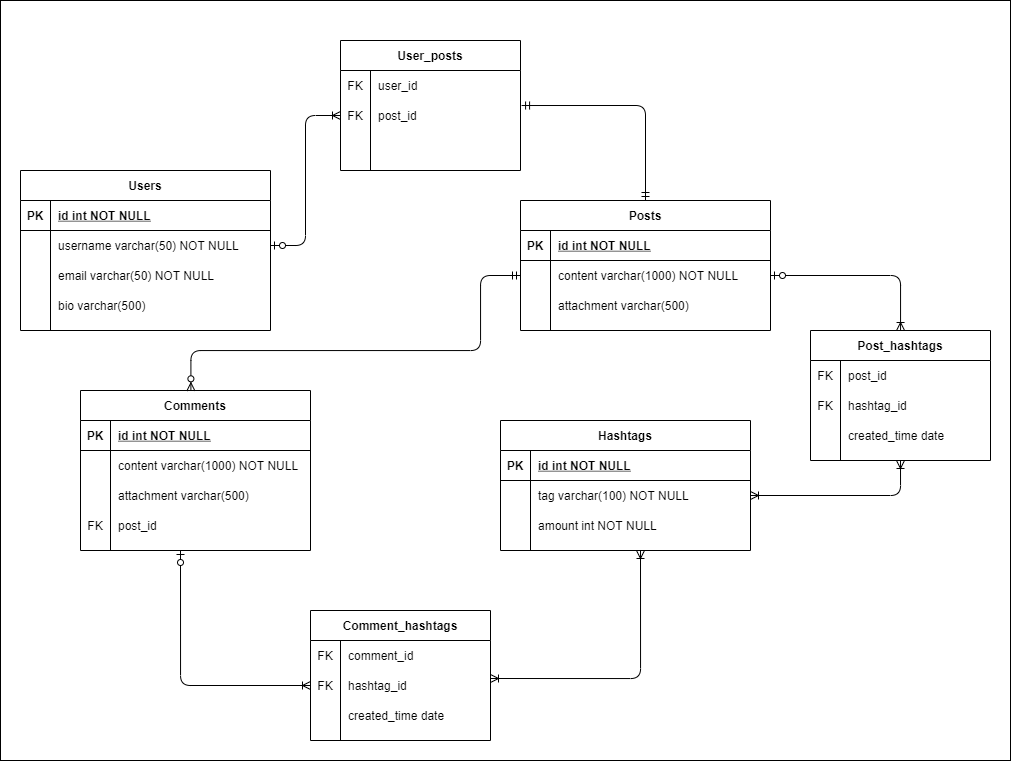
Above: social media.png in nardiyansah/Generasi-GIGIH-Final-Project (draw.io), before the change. Source tidied: cells renumbered, new cells last; positions are measured from the earlier drawing's top-left corner, leaving out a move shared by most shapes.
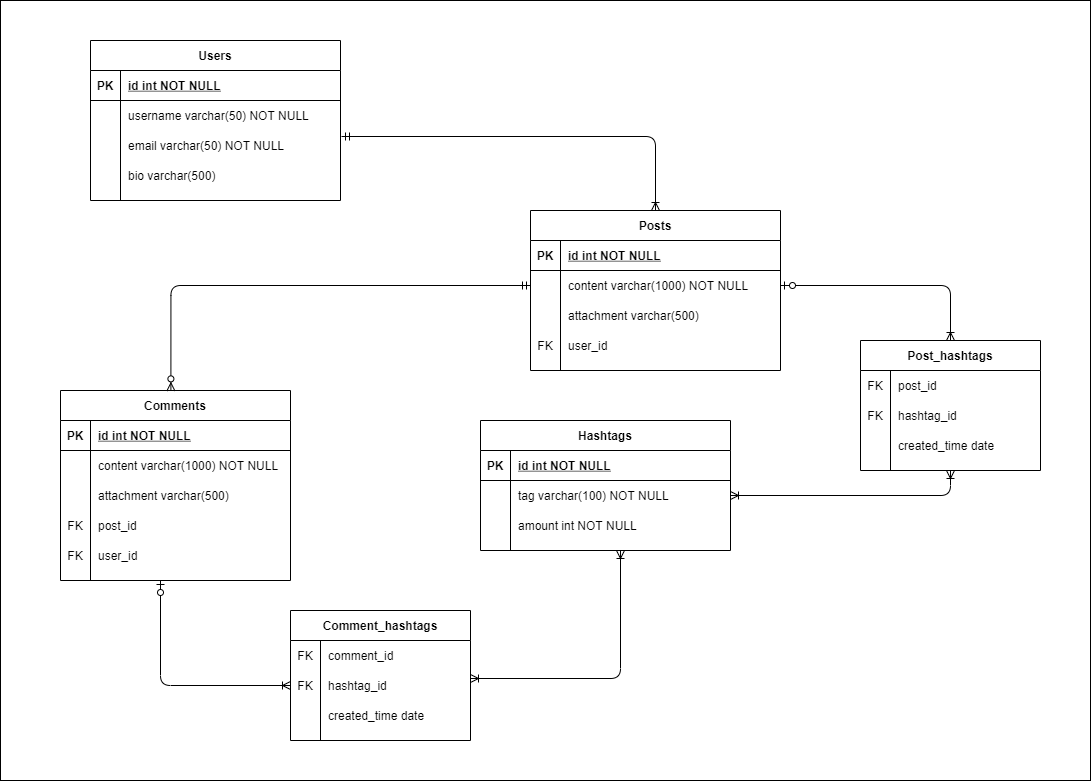
The same file after the commit.

Commit message:
[change] database schema

Diff of the diagram source:
```diff
@@ -2,11 +2,11 @@
   <root>
     <mxCell id="0" />
     <mxCell id="1" parent="0" />
-    <mxCell id="2" style="rounded=0;whiteSpace=wrap;html=1;" parent="1" vertex="1">
-      <mxGeometry width="1010" height="760" as="geometry" />
-    </mxCell>
+    <mxCell id="86" style="rounded=0;whiteSpace=wrap;html=1;" parent="1" vertex="1">
+      <mxGeometry x="20" width="1090" height="780" as="geometry" />
+    </mxCell>
     <mxCell id="3" value="Posts" style="shape=table;startSize=30;rowLines=0;fontStyle=1;align=center;" parent="1" vertex="1">
-      <mxGeometry x="520" y="200" width="250" height="130" as="geometry" />
+      <mxGeometry x="550" y="210" width="250" height="160" as="geometry" />
     </mxCell>
     <mxCell id="4" style="shape=partialRectangle;fillColor=none;top=0;left=0;right=0;bottom=1;" parent="3" vertex="1">
       <mxGeometry y="30" width="250" height="30" as="geometry" />
@@ -35,6 +35,15 @@
     <mxCell id="12" value="attachment varchar(500)" style="shape=partialRectangle;overflow=hidden;fillColor=none;top=0;left=0;bottom=0;right=0;align=left;spacingLeft=6;" parent="10" vertex="1">
       <mxGeometry x="30" width="220" height="30" as="geometry" />
     </mxCell>
+    <mxCell id="87" style="shape=partialRectangle;fillColor=none;top=0;left=0;right=0;bottom=0;" parent="3" vertex="1">
+      <mxGeometry y="120" width="250" height="30" as="geometry" />
+    </mxCell>
+    <mxCell id="88" value="FK" style="shape=partialRectangle;overflow=hidden;fillColor=none;top=0;left=0;bottom=0;right=0;" parent="87" vertex="1">
+      <mxGeometry width="30" height="30" as="geometry" />
+    </mxCell>
+    <mxCell id="89" value="user_id" style="shape=partialRectangle;overflow=hidden;fillColor=none;top=0;left=0;bottom=0;right=0;align=left;spacingLeft=6;" parent="87" vertex="1">
+      <mxGeometry x="30" width="220" height="30" as="geometry" />
+    </mxCell>
     <mxCell id="13" value="Hashtags" style="shape=table;startSize=30;rowLines=0;fontStyle=1;align=center;" parent="1" vertex="1">
       <mxGeometry x="500" y="420" width="250" height="130" as="geometry" />
     </mxCell>
@@ -66,7 +75,7 @@
       <mxGeometry x="30" width="220" height="30" as="geometry" />
     </mxCell>
     <mxCell id="23" value="Users" style="shape=table;startSize=30;rowLines=0;fontStyle=1;align=center;" parent="1" vertex="1">
-      <mxGeometry x="20" y="170" width="250" height="160" as="geometry" />
+      <mxGeometry x="110" y="40" width="250" height="160" as="geometry" />
     </mxCell>
     <mxCell id="24" style="shape=partialRectangle;fillColor=none;top=0;left=0;right=0;bottom=1;" parent="23" vertex="1">
       <mxGeometry y="30" width="250" height="30" as="geometry" />
@@ -104,38 +113,8 @@
     <mxCell id="35" value="bio varchar(500)" style="shape=partialRectangle;overflow=hidden;fillColor=none;top=0;left=0;bottom=0;right=0;align=left;spacingLeft=6;" parent="33" vertex="1">
       <mxGeometry x="30" width="220" height="30" as="geometry" />
     </mxCell>
-    <mxCell id="36" value="User_posts" style="shape=table;startSize=30;rowLines=0;fontStyle=1;align=center;" parent="1" vertex="1">
-      <mxGeometry x="340" y="40" width="180" height="130" as="geometry" />
-    </mxCell>
-    <mxCell id="37" style="shape=partialRectangle;fillColor=none;top=0;left=0;bottom=0;right=0;" parent="36" vertex="1">
-      <mxGeometry y="30" width="180" height="30" as="geometry" />
-    </mxCell>
-    <mxCell id="38" value="FK" style="shape=partialRectangle;fillColor=none;top=0;left=0;bottom=0;right=0;overflow=hidden;" parent="37" vertex="1">
-      <mxGeometry width="30" height="30" as="geometry" />
-    </mxCell>
-    <mxCell id="39" value="user_id" style="shape=partialRectangle;fillColor=none;top=0;left=0;bottom=0;right=0;align=left;spacingLeft=6;overflow=hidden;" parent="37" vertex="1">
-      <mxGeometry x="30" width="150" height="30" as="geometry" />
-    </mxCell>
-    <mxCell id="40" style="shape=partialRectangle;fillColor=none;top=0;left=0;bottom=0;right=0;points=[[0,0.5],[1,0.5]];portConstraint=eastwest;" parent="36" vertex="1">
-      <mxGeometry y="60" width="180" height="30" as="geometry" />
-    </mxCell>
-    <mxCell id="41" value="FK" style="shape=partialRectangle;fillColor=none;top=0;left=0;bottom=0;right=0;overflow=hidden;" parent="40" vertex="1">
-      <mxGeometry width="30" height="30" as="geometry" />
-    </mxCell>
-    <mxCell id="42" value="post_id" style="shape=partialRectangle;fillColor=none;top=0;left=0;bottom=0;right=0;align=left;spacingLeft=6;overflow=hidden;" parent="40" vertex="1">
-      <mxGeometry x="30" width="150" height="30" as="geometry" />
-    </mxCell>
-    <mxCell id="43" style="shape=partialRectangle;fillColor=none;top=0;left=0;bottom=0;right=0;" parent="36" vertex="1">
-      <mxGeometry y="90" width="180" height="30" as="geometry" />
-    </mxCell>
-    <mxCell id="44" style="shape=partialRectangle;fillColor=none;top=0;left=0;bottom=0;right=0;overflow=hidden;" parent="43" vertex="1">
-      <mxGeometry width="30" height="30" as="geometry" />
-    </mxCell>
-    <mxCell id="45" style="shape=partialRectangle;fillColor=none;top=0;left=0;bottom=0;right=0;align=left;spacingLeft=6;overflow=hidden;" parent="43" vertex="1">
-      <mxGeometry x="30" width="150" height="30" as="geometry" />
-    </mxCell>
     <mxCell id="46" value="Post_hashtags" style="shape=table;startSize=30;rowLines=0;fontStyle=1;align=center;" parent="1" vertex="1">
-      <mxGeometry x="810" y="330" width="180" height="130" as="geometry" />
+      <mxGeometry x="880" y="340" width="180" height="130" as="geometry" />
     </mxCell>
     <mxCell id="47" style="shape=partialRectangle;fillColor=none;top=0;left=0;bottom=0;right=0;" parent="46" vertex="1">
       <mxGeometry y="30" width="180" height="30" as="geometry" />
@@ -164,12 +143,6 @@
     <mxCell id="55" value="created_time date" style="shape=partialRectangle;fillColor=none;top=0;left=0;bottom=0;right=0;align=left;spacingLeft=6;overflow=hidden;" parent="53" vertex="1">
       <mxGeometry x="30" width="150" height="30" as="geometry" />
     </mxCell>
-    <mxCell id="56" style="edgeStyle=orthogonalEdgeStyle;fontSize=12;html=1;endArrow=ERmandOne;startArrow=ERmandOne;entryX=1.006;entryY=0.167;entryDx=0;entryDy=0;entryPerimeter=0;" parent="1" edge="1" source="3" target="40">
-      <mxGeometry relative="1" as="geometry" />
-    </mxCell>
-    <mxCell id="57" style="edgeStyle=orthogonalEdgeStyle;fontSize=12;html=1;endArrow=ERoneToMany;startArrow=ERzeroToOne;entryX=0;entryY=0.5;entryDx=0;entryDy=0;exitX=1;exitY=0.5;exitDx=0;exitDy=0;endFill=0;startFill=1;" parent="1" edge="1" source="27" target="40">
-      <mxGeometry relative="1" as="geometry" />
-    </mxCell>
     <mxCell id="58" style="edgeStyle=orthogonalEdgeStyle;fontSize=12;html=1;endArrow=ERoneToMany;startArrow=ERzeroToOne;exitX=1;exitY=0.5;exitDx=0;exitDy=0;startFill=1;" parent="1" edge="1" source="7" target="46">
       <mxGeometry relative="1" as="geometry" />
     </mxCell>
@@ -177,7 +150,7 @@
       <mxGeometry relative="1" as="geometry" />
     </mxCell>
     <mxCell id="60" value="Comments" style="shape=table;startSize=30;rowLines=0;fontStyle=1;align=center;" parent="1" vertex="1">
-      <mxGeometry x="80" y="390" width="230" height="160" as="geometry" />
+      <mxGeometry x="80" y="390" width="230" height="190" as="geometry" />
     </mxCell>
     <mxCell id="61" style="shape=partialRectangle;fillColor=none;top=0;left=0;bottom=1;right=0;" parent="60" vertex="1">
       <mxGeometry y="30" width="230" height="30" as="geometry" />
@@ -215,14 +188,17 @@
     <mxCell id="72" value="post_id" style="shape=partialRectangle;fillColor=none;top=0;left=0;bottom=0;right=0;align=left;spacingLeft=6;overflow=hidden;" parent="70" vertex="1">
       <mxGeometry x="30" width="200" height="30" as="geometry" />
     </mxCell>
+    <mxCell id="90" style="shape=partialRectangle;fillColor=none;top=0;left=0;bottom=0;right=0;" parent="60" vertex="1">
+      <mxGeometry y="150" width="230" height="30" as="geometry" />
+    </mxCell>
+    <mxCell id="91" value="FK" style="shape=partialRectangle;fillColor=none;top=0;left=0;bottom=0;right=0;overflow=hidden;" parent="90" vertex="1">
+      <mxGeometry width="30" height="30" as="geometry" />
+    </mxCell>
+    <mxCell id="39" value="user_id" style="shape=partialRectangle;fillColor=none;top=0;left=0;bottom=0;right=0;align=left;spacingLeft=6;overflow=hidden;" parent="90" vertex="1">
+      <mxGeometry x="30" width="200" height="30" as="geometry" />
+    </mxCell>
     <mxCell id="73" style="edgeStyle=orthogonalEdgeStyle;fontSize=12;html=1;endArrow=ERzeroToMany;startArrow=ERmandOne;exitX=0;exitY=0.5;exitDx=0;exitDy=0;entryX=0.48;entryY=0.002;entryDx=0;entryDy=0;entryPerimeter=0;" parent="1" edge="1" source="7" target="60">
-      <mxGeometry relative="1" as="geometry">
-        <Array as="points">
-          <mxPoint x="480" y="275" />
-          <mxPoint x="480" y="350" />
-          <mxPoint x="190" y="350" />
-        </Array>
-      </mxGeometry>
+      <mxGeometry relative="1" as="geometry" />
     </mxCell>
     <mxCell id="74" value="Comment_hashtags" style="shape=table;startSize=30;rowLines=0;fontStyle=1;align=center;" parent="1" vertex="1">
       <mxGeometry x="310" y="610" width="180" height="130" as="geometry" />
@@ -262,8 +238,11 @@
     </mxCell>
     <mxCell id="85" style="edgeStyle=orthogonalEdgeStyle;fontSize=12;html=1;endArrow=ERoneToMany;startArrow=ERzeroToOne;startFill=1;" parent="1" edge="1" target="78">
       <mxGeometry relative="1" as="geometry">
-        <mxPoint x="180" y="550" as="sourcePoint" />
+        <mxPoint x="180" y="580" as="sourcePoint" />
       </mxGeometry>
     </mxCell>
+    <mxCell id="92" style="edgeStyle=orthogonalEdgeStyle;fontSize=12;html=1;endArrow=ERoneToMany;startArrow=ERmandOne;exitX=1.004;exitY=0.2;exitDx=0;exitDy=0;exitPerimeter=0;entryX=0.5;entryY=0;entryDx=0;entryDy=0;" parent="1" edge="1" source="30" target="3">
+      <mxGeometry relative="1" as="geometry" />
+    </mxCell>
   </root>
 </mxGraphModel>
```
